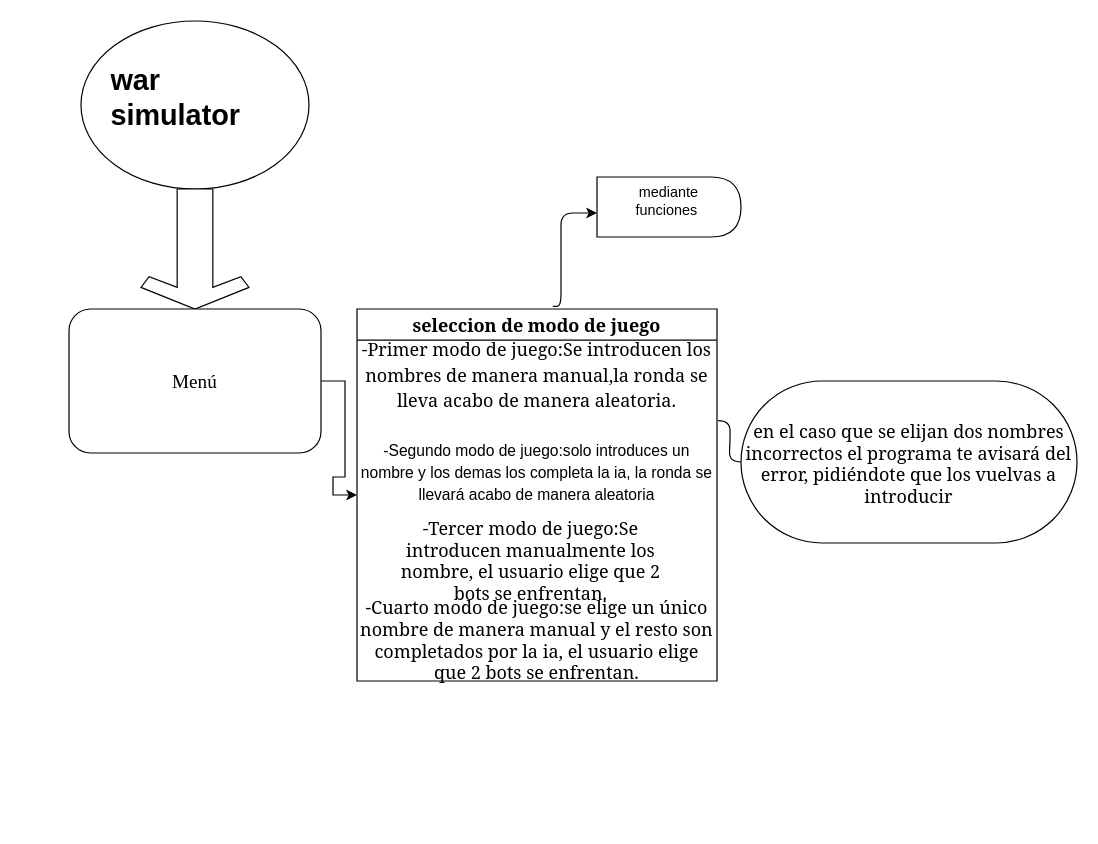
iglesiascaballeropablo/Trabajo keeps this draw.io diagram as Untitled Diagram.drawio. Above is the earlier version. Source tidied: cells renumbered, new cells numbered last; positions are measured from the earlier drawing's top-left corner, leaving out a move shared by most shapes. Both pictures are drawn from the tidied source at 120%, with x=0, y=0 at pixel (68, 20).
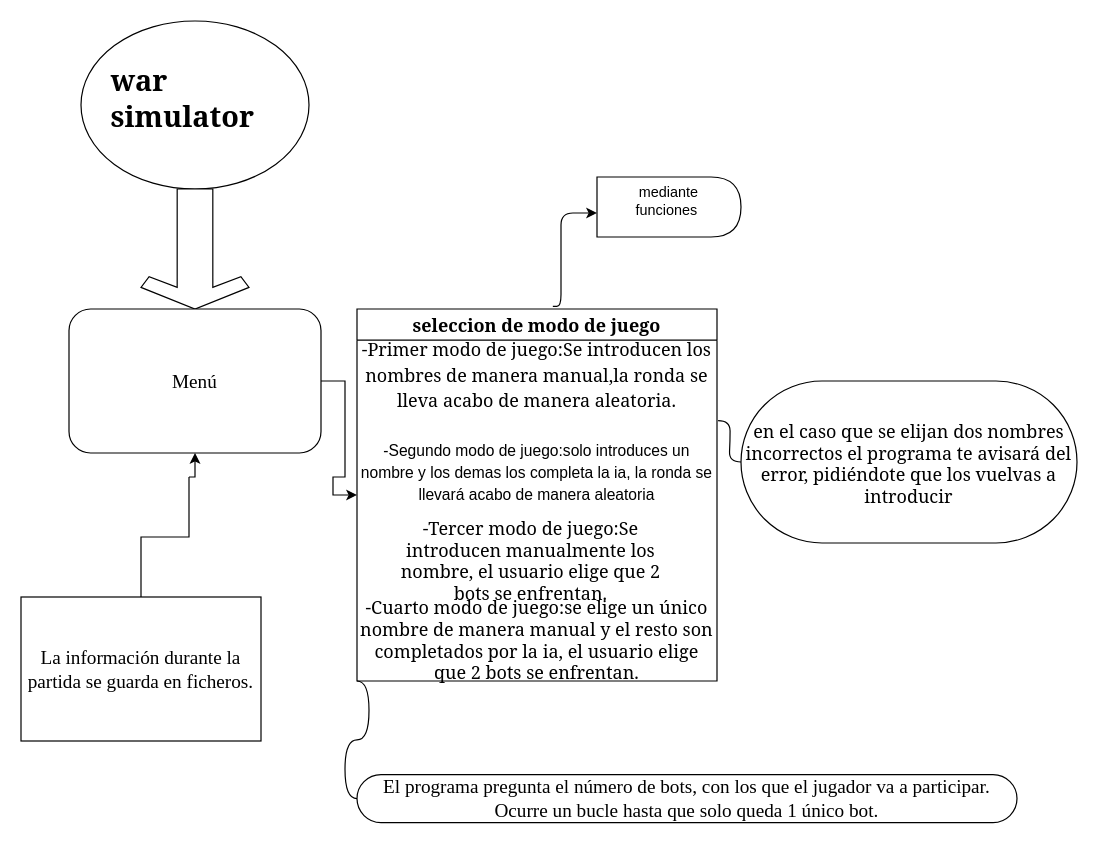
The same diagram, later.

Unchanged cells that the change refers to:
```xml
<mxCell id="6" value="&lt;font face=&quot;Times New Roman&quot; size=&quot;3&quot;&gt;Menú&lt;/font&gt;" style="rounded=1;whiteSpace=wrap;html=1;" parent="1" vertex="1">
  <mxGeometry y="240" width="210" height="120" as="geometry" />
</mxCell>
<mxCell id="11" value="-Cuarto modo de juego:se elige un único nombre de manera manual y el resto son completados por la ia, el usuario elige que 2 bots se enfrentan." style="text;html=1;strokeColor=none;fillColor=none;align=center;verticalAlign=middle;whiteSpace=wrap;rounded=0;fontFamily=Georgia;fontSize=15;" parent="7" vertex="1">
  <mxGeometry y="240" width="300" height="70" as="geometry" />
</mxCell>
```

Diff of the diagram source:
```diff
@@
-    <mxCell id="3" value="&lt;h1&gt;war simulator&lt;/h1&gt;" style="text;html=1;strokeColor=none;fillColor=none;spacing=5;spacingTop=-20;whiteSpace=wrap;overflow=hidden;rounded=0;" parent="1" vertex="1">
+    <mxCell id="3" value="&lt;h1&gt;&lt;font face=&quot;Georgia&quot; style=&quot;font-size: 24px&quot;&gt;war simulator&lt;/font&gt;&lt;/h1&gt;" style="text;html=1;strokeColor=none;fillColor=none;spacing=5;spacingTop=-20;whiteSpace=wrap;overflow=hidden;rounded=0;" parent="1" vertex="1">
       <mxGeometry x="30" y="30" width="150" height="80" as="geometry" />
     </mxCell>
@@
+    <mxCell id="18" style="edgeStyle=orthogonalEdgeStyle;rounded=0;jettySize=auto;html=1;entryX=0.5;entryY=1;entryDx=0;entryDy=0;" parent="1" edge="1" target="6">
+      <mxGeometry relative="1" as="geometry">
+        <mxPoint x="100" y="380" as="sourcePoint" />
+      </mxGeometry>
+    </mxCell>
@@
+    <mxCell id="19" value="&lt;font face=&quot;Times New Roman&quot; size=&quot;3&quot;&gt;El programa pregunta el número de bots, con los que el jugador va a participar.&lt;br&gt;Ocurre un bucle hasta que solo queda 1 único bot.&lt;br&gt;&lt;/font&gt;" style="whiteSpace=wrap;html=1;rounded=1;arcSize=50;align=center;verticalAlign=middle;strokeWidth=1;spacing=4;newEdgeStyle={&quot;edgeStyle&quot;:&quot;entityRelationEdgeStyle&quot;,&quot;startArrow&quot;:&quot;none&quot;,&quot;endArrow&quot;:&quot;none&quot;,&quot;segment&quot;:10,&quot;curved&quot;:1};" parent="1" vertex="1">
+      <mxGeometry x="240" y="628" width="550" height="40" as="geometry" />
+    </mxCell>
+    <mxCell id="20" style="edgeStyle=entityRelationEdgeStyle;startArrow=none;endArrow=none;segment=10;curved=1;exitX=0;exitY=1;exitDx=0;exitDy=0;" parent="1" edge="1" source="11">
+      <mxGeometry relative="1" as="geometry">
+        <mxPoint x="240" y="648" as="targetPoint" />
+      </mxGeometry>
+    </mxCell>
+    <mxCell id="21" value="&lt;font face=&quot;Times New Roman&quot; size=&quot;3&quot;&gt;La información durante la partida se guarda en ficheros.&lt;/font&gt;" style="whiteSpace=wrap;html=1;align=center;verticalAlign=middle;newEdgeStyle={&quot;edgeStyle&quot;:&quot;elbowEdgeStyle&quot;,&quot;startArrow&quot;:&quot;none&quot;,&quot;endArrow&quot;:&quot;none&quot;};" parent="1" vertex="1">
+      <mxGeometry x="-40" y="480" width="200" height="120" as="geometry" />
+    </mxCell>
+    <mxCell id="22" style="edgeStyle=elbowEdgeStyle;elbow=vertical;startArrow=none;endArrow=none;rounded=0;" parent="1" edge="1" target="21">
+      <mxGeometry relative="1" as="geometry">
+        <mxPoint x="100" y="380" as="sourcePoint" />
+      </mxGeometry>
+    </mxCell>
```
